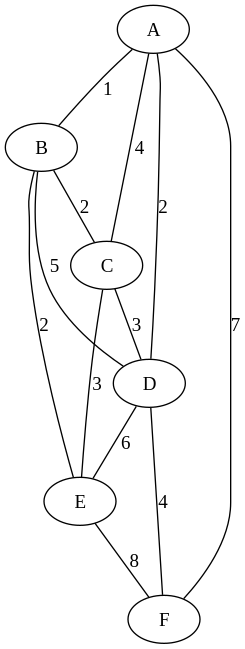
Earlier version of the Graphviz export original_graph.png (A1kari8/DSA-LAB3). Its source is kept beside it as original_graph.dot.
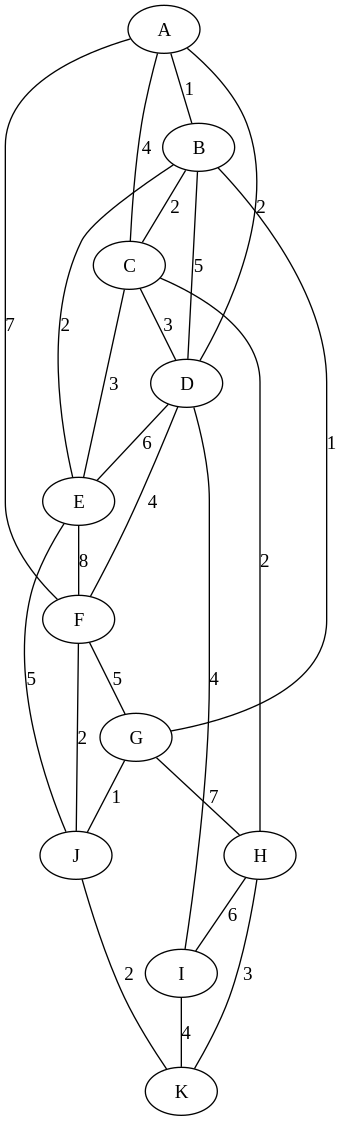
The same file after the commit.

What changed in the source:
```diff
@@ -1,11 +1,23 @@
 graph G {
+    J -- K [label="2"];
+    G -- J [label="1"];
+    G -- H [label="7"];
+    F -- J [label="2"];
+    F -- G [label="5"];
+    E -- J [label="5"];
     E -- F [label="8"];
+    H -- K [label="3"];
+    H -- I [label="6"];
+    B -- G [label="1"];
     B -- E [label="2"];
     B -- D [label="5"];
     B -- C [label="2"];
+    I -- K [label="4"];
     D -- F [label="4"];
     D -- E [label="6"];
+    D -- I [label="4"];
     C -- E [label="3"];
+    C -- H [label="2"];
     C -- D [label="3"];
     A -- F [label="7"];
     A -- D [label="2"];
```
